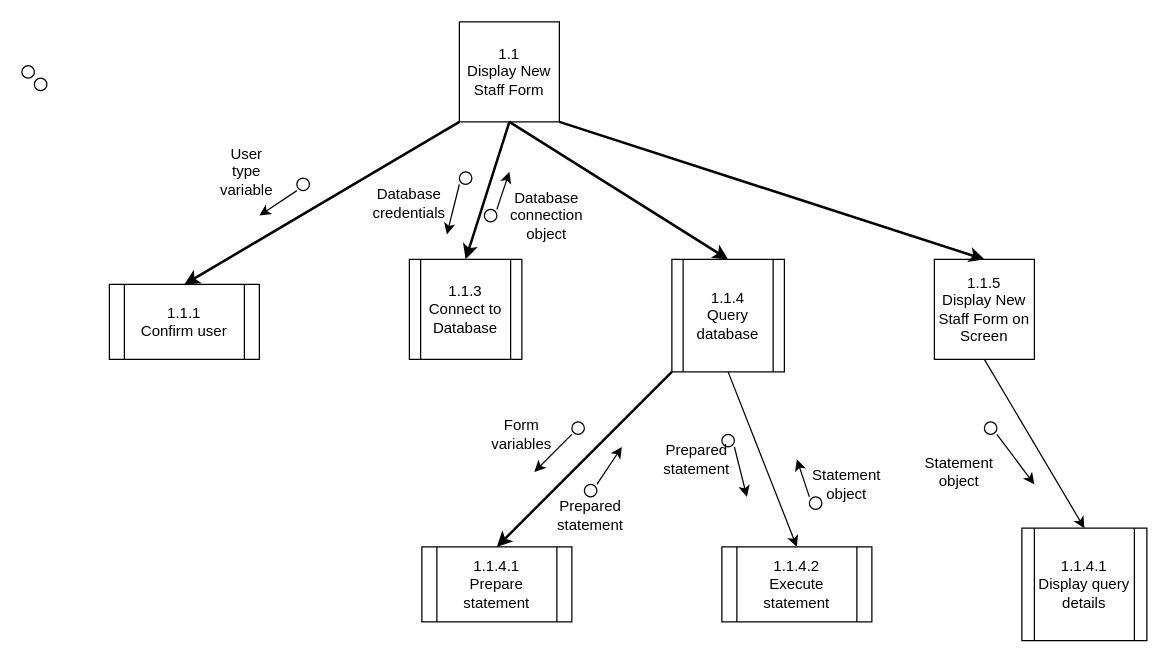
Earlier version of the draw.io diagram page "1.1: Display New Staff Form" (1 of 2) of Diagrams/StructureCharts/Proc1CreateStaff.drawio (Harlento/SchedulingSystem). Source tidied: cells renumbered, new cells numbered last; positions are measured from the earlier drawing's top-left corner, leaving out a move shared by most shapes. Both pictures are drawn from the tidied source at 125%, with x=0, y=0 at pixel (21, 21).
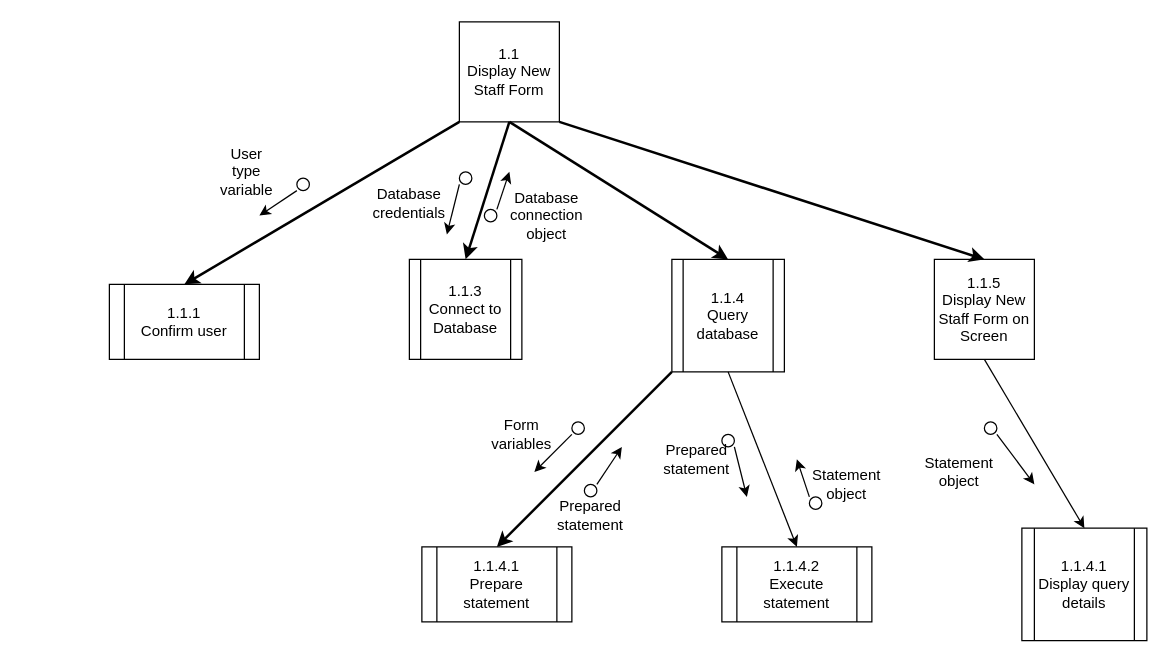
The same page after the edit.

What changed in the source:
```diff
@@
-    <mxCell id="15" style="ellipse;whiteSpace=wrap;html=1;" parent="1" vertex="1">
-      <mxGeometry y="35" width="10" height="10" as="geometry" />
-    </mxCell>
-    <mxCell id="16" style="ellipse;whiteSpace=wrap;html=1;" parent="1" vertex="1">
-      <mxGeometry x="10" y="45" width="10" height="10" as="geometry" />
-    </mxCell>
```
